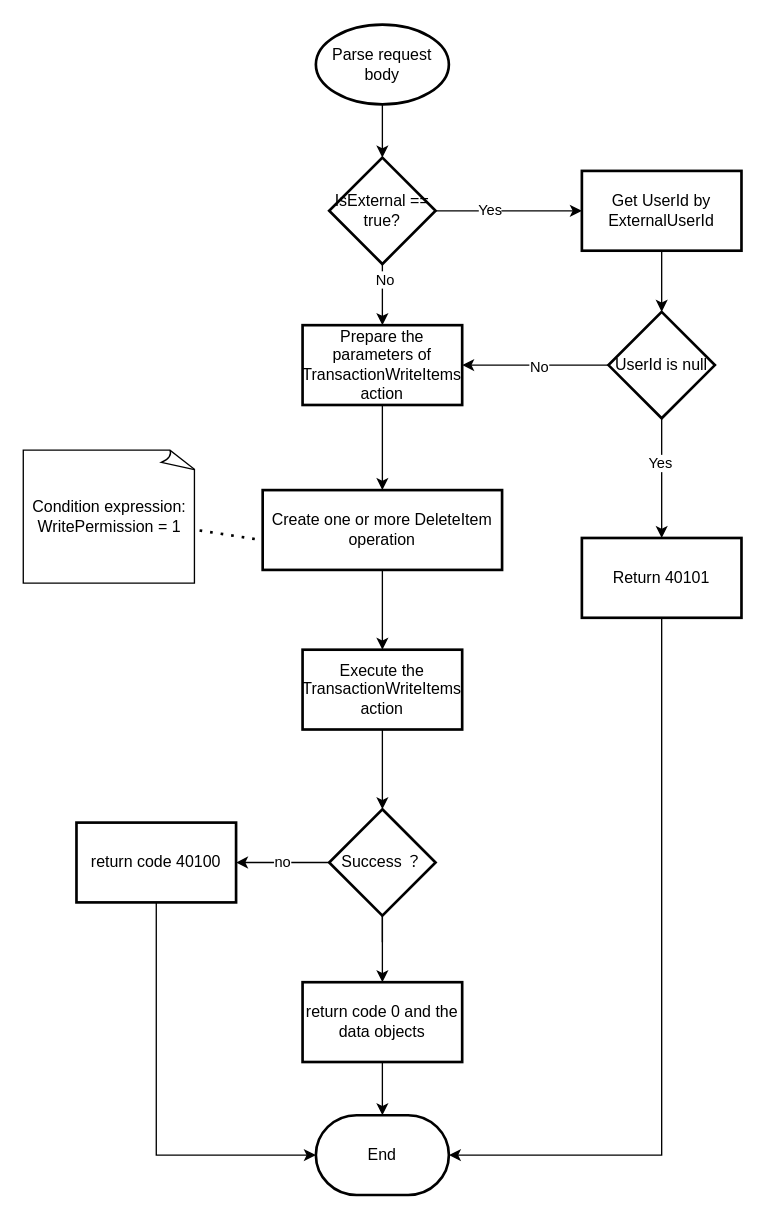
This is page "DeleteObjects" (7 of 8) of save_data.drawio from yaohuiwu/SimpleFS, a draw.io file, before an edit. Source tidied: cells renumbered, new cells numbered last; positions are measured from the earlier drawing's top-left corner, leaving out a move shared by most shapes. Both pictures are drawn from the tidied source at 133%, with x=0, y=0 at pixel (23, 24).
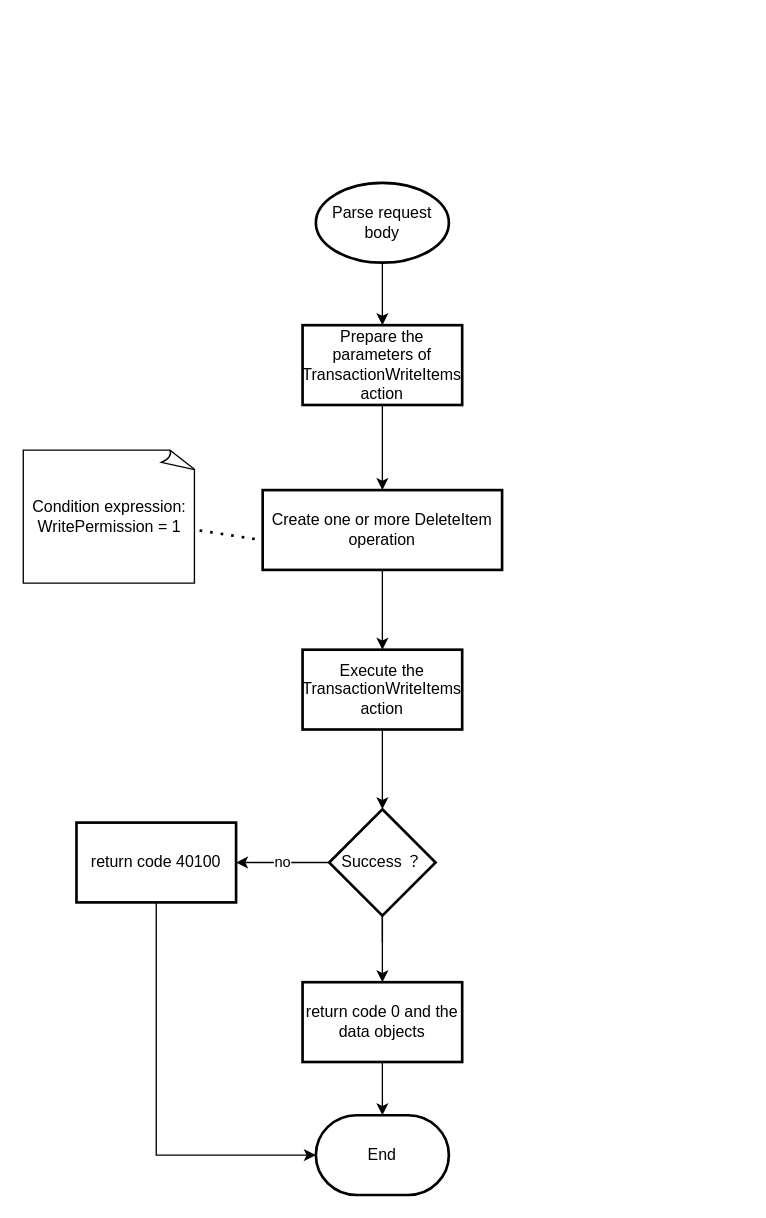
The same page after the edit.

Unchanged cells that the change refers to:
```xml
<mxCell id="5" value="Prepare the parameters of TransactionWriteItems action" style="whiteSpace=wrap;html=1;strokeWidth=2;" parent="1" vertex="1">
  <mxGeometry x="210" y="226" width="120" height="60" as="geometry" />
</mxCell>
<mxCell id="16" value="End" style="strokeWidth=2;html=1;shape=mxgraph.flowchart.terminator;whiteSpace=wrap;" parent="1" vertex="1">
  <mxGeometry x="220" y="820" width="100" height="60" as="geometry" />
</mxCell>
```

Diff of the diagram source:
```diff
@@
-    <mxCell id="2" style="edgeStyle=orthogonalEdgeStyle;rounded=0;jettySize=auto;html=1;" parent="1" edge="1" source="3" target="21">
+    <mxCell id="2" style="edgeStyle=orthogonalEdgeStyle;rounded=0;jettySize=auto;html=1;entryX=0.5;entryY=0;entryDx=0;entryDy=0;" parent="1" edge="1" source="3" target="5">
       <mxGeometry relative="1" as="geometry" />
     </mxCell>
     <mxCell id="3" value="Parse request body" style="strokeWidth=2;html=1;shape=mxgraph.flowchart.start_1;whiteSpace=wrap;" parent="1" vertex="1">
-      <mxGeometry x="220" width="100" height="60" as="geometry" />
+      <mxGeometry x="220" y="119" width="100" height="60" as="geometry" />
     </mxCell>
@@
-    <mxCell id="17" style="edgeStyle=orthogonalEdgeStyle;rounded=0;jettySize=auto;html=1;" parent="1" edge="1" source="21" target="5">
-      <mxGeometry relative="1" as="geometry" />
-    </mxCell>
-    <mxCell id="18" value="No" style="edgeLabel;html=1;align=center;verticalAlign=middle;" parent="17" vertex="1">
-      <mxGeometry x="-0.52" y="1" relative="1" as="geometry" />
-    </mxCell>
-    <mxCell id="19" style="edgeStyle=orthogonalEdgeStyle;rounded=0;jettySize=auto;html=1;" parent="1" edge="1" source="21" target="23">
-      <mxGeometry relative="1" as="geometry" />
-    </mxCell>
-    <mxCell id="20" value="Yes" style="edgeLabel;html=1;align=center;verticalAlign=middle;" parent="19" vertex="1">
-      <mxGeometry x="-0.27" y="1" relative="1" as="geometry" />
-    </mxCell>
-    <mxCell id="21" value="IsExternal == true?" style="strokeWidth=2;html=1;shape=mxgraph.flowchart.decision;whiteSpace=wrap;" parent="1" vertex="1">
-      <mxGeometry x="230" y="100" width="80" height="80" as="geometry" />
-    </mxCell>
-    <mxCell id="22" style="edgeStyle=orthogonalEdgeStyle;rounded=0;jettySize=auto;html=1;" parent="1" edge="1" source="23" target="28">
-      <mxGeometry relative="1" as="geometry" />
-    </mxCell>
-    <mxCell id="23" value="Get UserId by ExternalUserId" style="whiteSpace=wrap;html=1;strokeWidth=2;" parent="1" vertex="1">
-      <mxGeometry x="420" y="110" width="120" height="60" as="geometry" />
-    </mxCell>
-    <mxCell id="24" style="edgeStyle=orthogonalEdgeStyle;rounded=0;jettySize=auto;html=1;" parent="1" edge="1" source="28" target="5">
-      <mxGeometry relative="1" as="geometry" />
-    </mxCell>
-    <mxCell id="25" value="No" style="edgeLabel;html=1;align=center;verticalAlign=middle;" parent="24" vertex="1">
-      <mxGeometry x="-0.03" y="1" relative="1" as="geometry" />
-    </mxCell>
-    <mxCell id="26" style="edgeStyle=orthogonalEdgeStyle;rounded=0;jettySize=auto;html=1;" parent="1" edge="1" source="28" target="30">
-      <mxGeometry relative="1" as="geometry" />
-    </mxCell>
-    <mxCell id="27" value="Yes" style="edgeLabel;html=1;align=center;verticalAlign=middle;" parent="26" vertex="1">
-      <mxGeometry x="-0.27" y="-2" relative="1" as="geometry" />
-    </mxCell>
-    <mxCell id="28" value="UserId is null" style="rhombus;whiteSpace=wrap;html=1;strokeWidth=2;" parent="1" vertex="1">
-      <mxGeometry x="440" y="216" width="80" height="80" as="geometry" />
-    </mxCell>
-    <mxCell id="29" style="edgeStyle=orthogonalEdgeStyle;rounded=0;jettySize=auto;html=1;entryX=1;entryY=0.5;entryDx=0;entryDy=0;entryPerimeter=0;" parent="1" edge="1" source="30" target="16">
-      <mxGeometry relative="1" as="geometry">
-        <Array as="points">
-          <mxPoint x="480" y="850" />
-        </Array>
-      </mxGeometry>
-    </mxCell>
-    <mxCell id="30" value="Return 40101" style="whiteSpace=wrap;html=1;strokeWidth=2;" parent="1" vertex="1">
-      <mxGeometry x="420" y="386" width="120" height="60" as="geometry" />
-    </mxCell>
```
